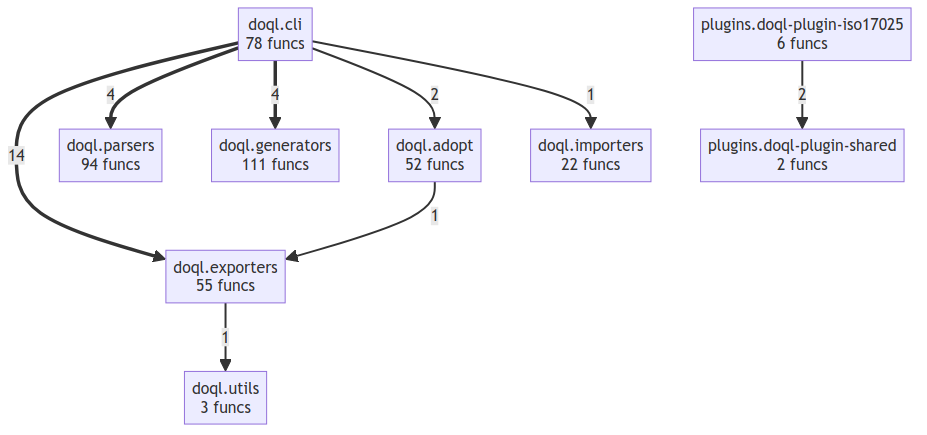
This is project/compact_flow.png from oqlos/doql, a Mermaid export, as it was before one commit. Its source is kept beside it as project/compact_flow.mmd.
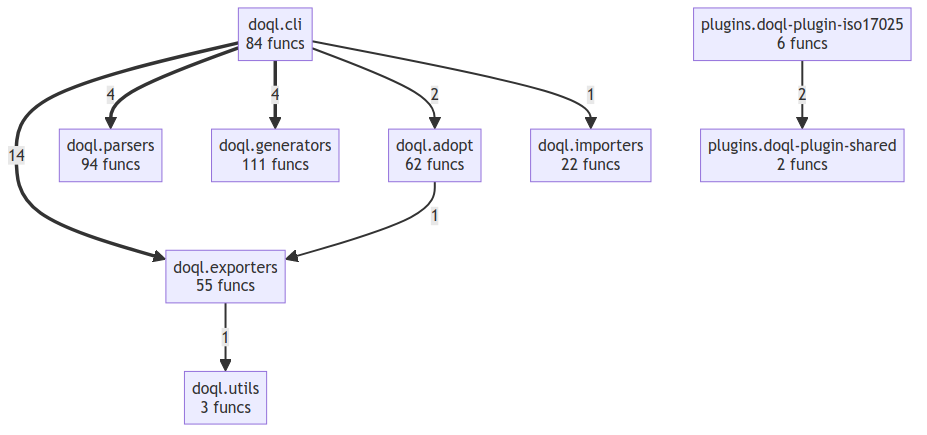
The same diagram one commit later.

Change to the diagram source:
```diff
@@ -1,6 +1,6 @@
 flowchart TD
-    doql__adopt["doql.adopt<br/>52 funcs"]
-    doql__cli["doql.cli<br/>78 funcs"]
+    doql__adopt["doql.adopt<br/>62 funcs"]
+    doql__cli["doql.cli<br/>84 funcs"]
     doql__exporters["doql.exporters<br/>55 funcs"]
     doql__generators["doql.generators<br/>111 funcs"]
     doql__importers["doql.importers<br/>22 funcs"]
```
